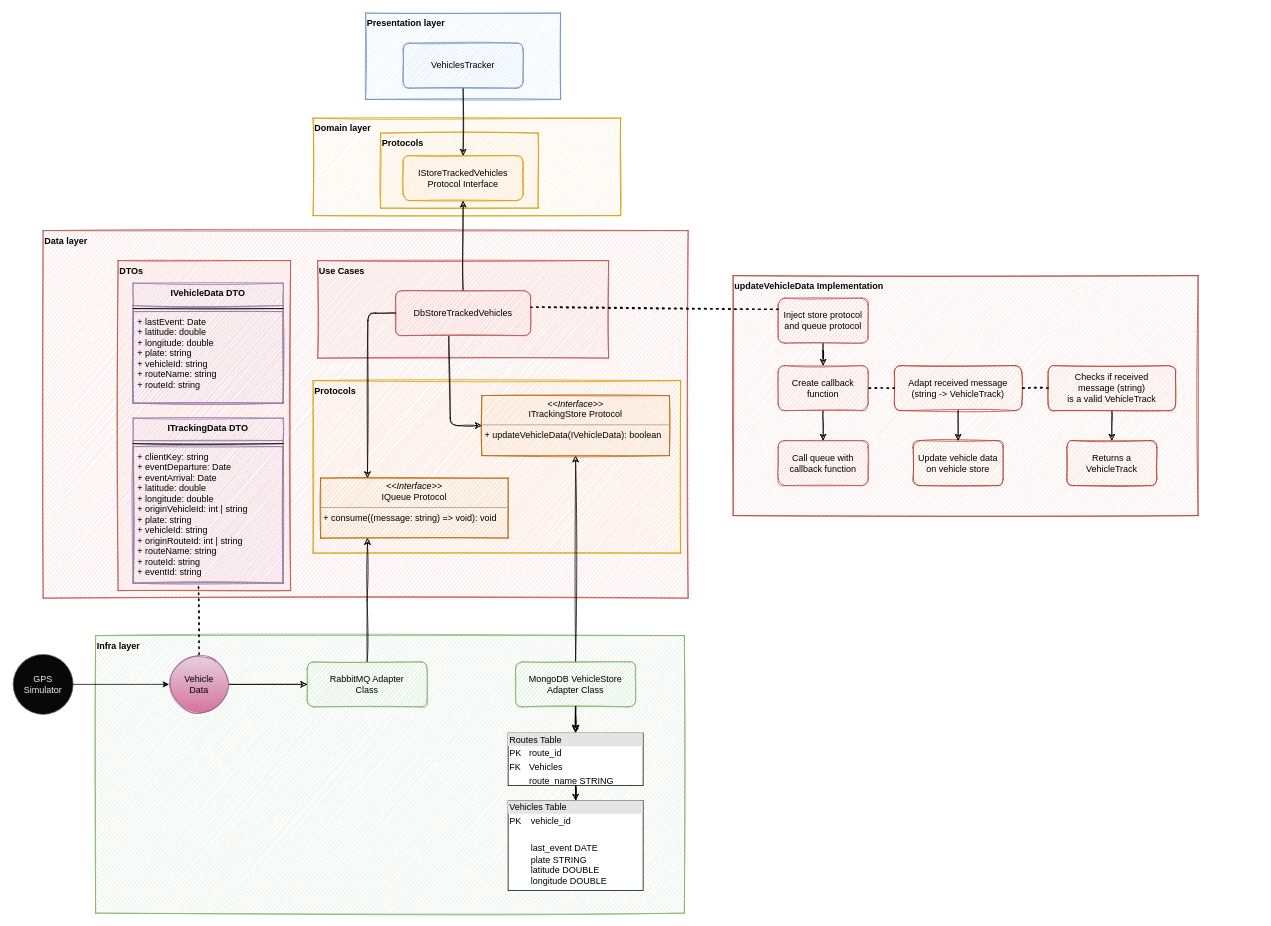
Earlier version of the draw.io diagram tracking-receiver/docs/tracking-receiver.drawio (atreib/tracking-env). Source tidied: cells renumbered, new cells numbered last; positions are measured from the earlier drawing's top-left corner, leaving out a move shared by most shapes. Both pictures are drawn from the tidied source at 75%, with x=0, y=0 at pixel (13, 13).
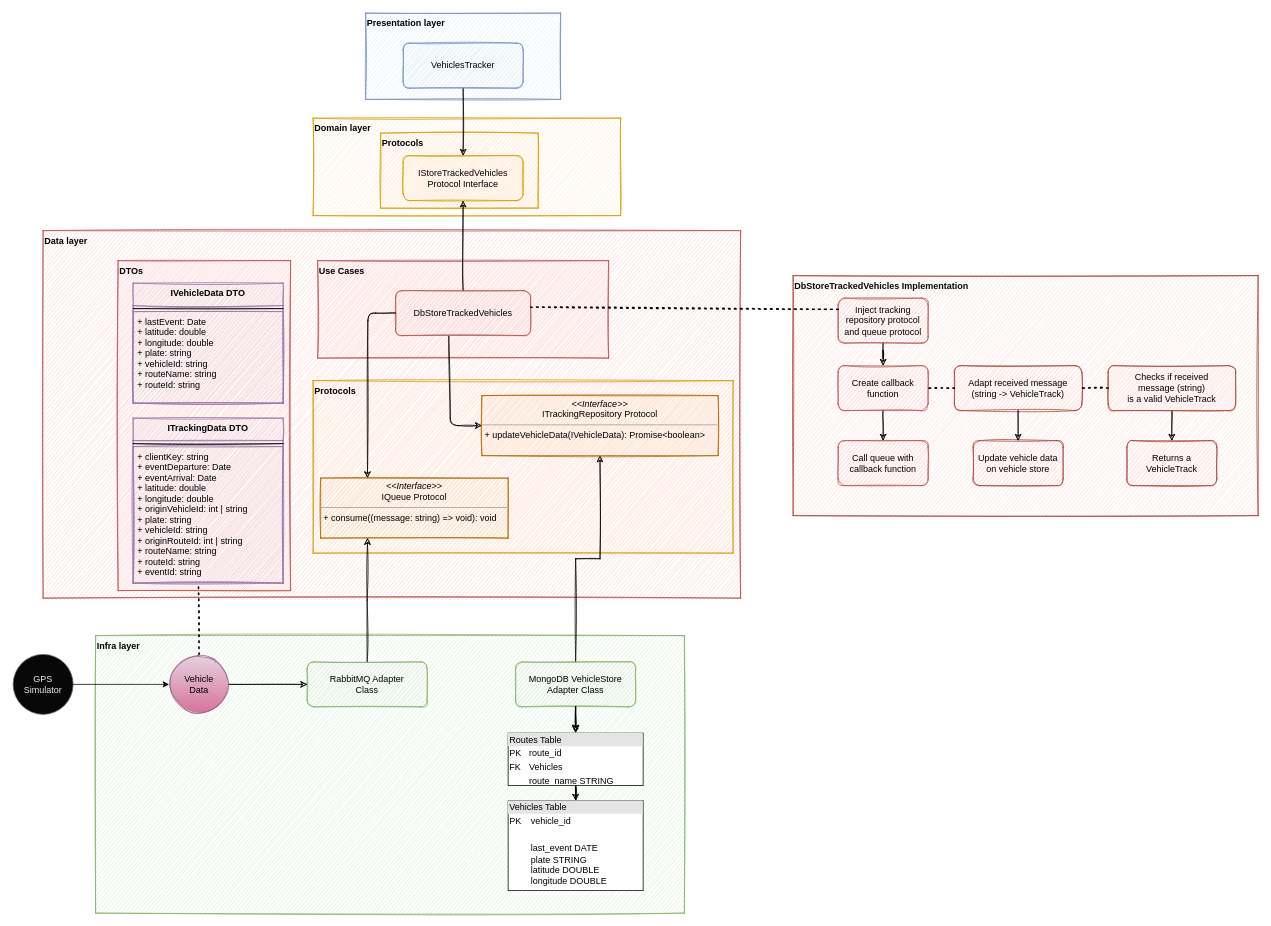
Above is the later version.

Change to the diagram source:
```diff
@@
     <mxCell id="2" value="Data layer" style="rounded=0;whiteSpace=wrap;html=1;align=left;verticalAlign=top;sketch=1;fillColor=#f8cecc;strokeColor=#b85450;fontStyle=1;" parent="1" vertex="1">
-      <mxGeometry x="40" y="290" width="860" height="490" as="geometry" />
+      <mxGeometry x="40" y="290" width="930" height="490" as="geometry" />
     </mxCell>
@@
     <mxCell id="4" value="Protocols" style="rounded=0;whiteSpace=wrap;html=1;align=left;verticalAlign=top;sketch=1;fillColor=#ffe6cc;strokeColor=#d79b00;fontStyle=1;" parent="1" vertex="1">
-      <mxGeometry x="400" y="490" width="490" height="230" as="geometry" />
+      <mxGeometry x="400" y="490" width="560" height="230" as="geometry" />
     </mxCell>
@@
-    <mxCell id="8" value="&lt;span style=&quot;color: rgb(8 , 8 , 8)&quot;&gt;updateVehicleData Implementation&lt;/span&gt;" style="rounded=0;whiteSpace=wrap;html=1;align=left;verticalAlign=top;sketch=1;fillColor=#fad9d5;strokeColor=#ae4132;fontStyle=1;" parent="1" vertex="1">
-      <mxGeometry x="960" y="350" width="620" height="320" as="geometry" />
+    <mxCell id="8" value="&lt;span style=&quot;color: rgb(8 , 8 , 8)&quot;&gt;DbStoreTrackedVehicles Implementation&lt;/span&gt;" style="rounded=0;whiteSpace=wrap;html=1;align=left;verticalAlign=top;sketch=1;fillColor=#fad9d5;strokeColor=#ae4132;fontStyle=1;" parent="1" vertex="1">
+      <mxGeometry x="1040" y="350" width="620" height="320" as="geometry" />
     </mxCell>
@@
-    <mxCell id="29" value="Inject store protocol and queue protocol" style="rounded=1;whiteSpace=wrap;html=1;sketch=1;fillColor=#f8cecc;strokeColor=#b85450;" parent="1" vertex="1">
-      <mxGeometry x="1020" y="380" width="120" height="60" as="geometry" />
+    <mxCell id="29" value="Inject tracking repository protocol and queue protocol" style="rounded=1;whiteSpace=wrap;html=1;sketch=1;fillColor=#f8cecc;strokeColor=#b85450;" parent="1" vertex="1">
+      <mxGeometry x="1100" y="380" width="120" height="60" as="geometry" />
     </mxCell>
@@
     <mxCell id="31" value="Create callback function" style="rounded=1;whiteSpace=wrap;html=1;sketch=1;fillColor=#f8cecc;strokeColor=#b85450;" parent="1" vertex="1">
-      <mxGeometry x="1020" y="470" width="120" height="60" as="geometry" />
+      <mxGeometry x="1100" y="470" width="120" height="60" as="geometry" />
     </mxCell>
     <mxCell id="32" value="Call queue with callback function" style="rounded=1;whiteSpace=wrap;html=1;sketch=1;fillColor=#f8cecc;strokeColor=#b85450;" parent="1" vertex="1">
-      <mxGeometry x="1020" y="570" width="120" height="60" as="geometry" />
+      <mxGeometry x="1100" y="570" width="120" height="60" as="geometry" />
     </mxCell>
     <mxCell id="33" value="Adapt received message &lt;br&gt;(string -&amp;gt; VehicleTrack)" style="rounded=1;whiteSpace=wrap;html=1;sketch=1;fillColor=#fad9d5;strokeColor=#ae4132;" parent="1" vertex="1">
-      <mxGeometry x="1175" y="470" width="170" height="60" as="geometry" />
+      <mxGeometry x="1255" y="470" width="170" height="60" as="geometry" />
     </mxCell>
     <mxCell id="34" value="Update vehicle data&lt;br&gt;on vehicle store" style="rounded=1;whiteSpace=wrap;html=1;sketch=1;fillColor=#fad9d5;strokeColor=#ae4132;" parent="1" vertex="1">
-      <mxGeometry x="1200" y="570" width="120" height="60" as="geometry" />
+      <mxGeometry x="1280" y="570" width="120" height="60" as="geometry" />
     </mxCell>
@@
-    <mxCell id="44" value="&lt;p style=&quot;margin: 0px ; margin-top: 4px ; text-align: center&quot;&gt;&lt;i&gt;&amp;lt;&amp;lt;Interface&amp;gt;&amp;gt;&lt;/i&gt;&lt;br&gt;&lt;span&gt;ITrackingStore Protocol&lt;/span&gt;&lt;br&gt;&lt;/p&gt;&lt;hr size=&quot;1&quot;&gt;&lt;p style=&quot;margin: 0px ; margin-left: 4px&quot;&gt;&lt;span&gt;+ updateVehicleData(IVehicleData): boolean&lt;/span&gt;&lt;/p&gt;&lt;p style=&quot;margin: 0px ; margin-left: 4px&quot;&gt;&lt;br&gt;&lt;/p&gt;" style="verticalAlign=top;align=left;overflow=fill;fontSize=12;fontFamily=Helvetica;html=1;fillColor=#fad7ac;strokeColor=#b46504;sketch=1;" parent="1" vertex="1">
-      <mxGeometry x="625" y="510" width="250" height="80" as="geometry" />
+    <mxCell id="44" value="&lt;p style=&quot;margin: 0px ; margin-top: 4px ; text-align: center&quot;&gt;&lt;i&gt;&amp;lt;&amp;lt;Interface&amp;gt;&amp;gt;&lt;/i&gt;&lt;br&gt;&lt;span&gt;ITrackingRepository Protocol&lt;/span&gt;&lt;br&gt;&lt;/p&gt;&lt;hr size=&quot;1&quot;&gt;&lt;p style=&quot;margin: 0px ; margin-left: 4px&quot;&gt;&lt;span&gt;+ updateVehicleData(IVehicleData): Promise&amp;lt;boolean&amp;gt;&lt;/span&gt;&lt;/p&gt;&lt;p style=&quot;margin: 0px ; margin-left: 4px&quot;&gt;&lt;br&gt;&lt;/p&gt;" style="verticalAlign=top;align=left;overflow=fill;fontSize=12;fontFamily=Helvetica;html=1;fillColor=#fad7ac;strokeColor=#b46504;sketch=1;" parent="1" vertex="1">
+      <mxGeometry x="625" y="510" width="315" height="80" as="geometry" />
     </mxCell>
@@
     <mxCell id="49" value="Checks if received &lt;br&gt;message (string) &lt;br&gt;is a valid VehicleTrack" style="rounded=1;whiteSpace=wrap;html=1;sketch=1;fillColor=#fad9d5;strokeColor=#ae4132;" parent="1" vertex="1">
-      <mxGeometry x="1380" y="470" width="170" height="60" as="geometry" />
+      <mxGeometry x="1460" y="470" width="170" height="60" as="geometry" />
     </mxCell>
@@
     <mxCell id="51" value="Returns a&lt;br&gt;VehicleTrack" style="rounded=1;whiteSpace=wrap;html=1;sketch=1;fillColor=#fad9d5;strokeColor=#ae4132;" parent="1" vertex="1">
-      <mxGeometry x="1405" y="570" width="120" height="60" as="geometry" />
+      <mxGeometry x="1485" y="570" width="120" height="60" as="geometry" />
     </mxCell>
```
